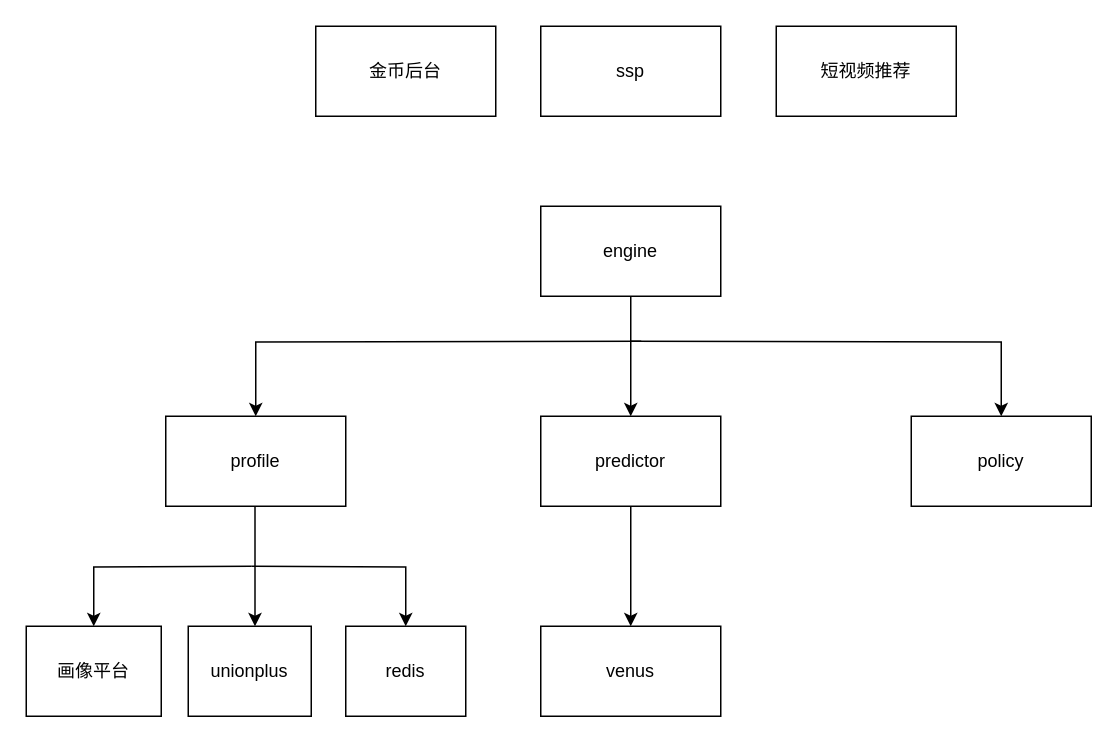
Above: engineering/算法工程架构.drawio in gydong/graphs (draw.io), before the change. Source tidied: cells renumbered, new cells numbered last; positions are measured from the earlier drawing's top-left corner, leaving out a move shared by most shapes. Both pictures are drawn from the tidied source at 150%, with x=0, y=0 at pixel (26, 26).
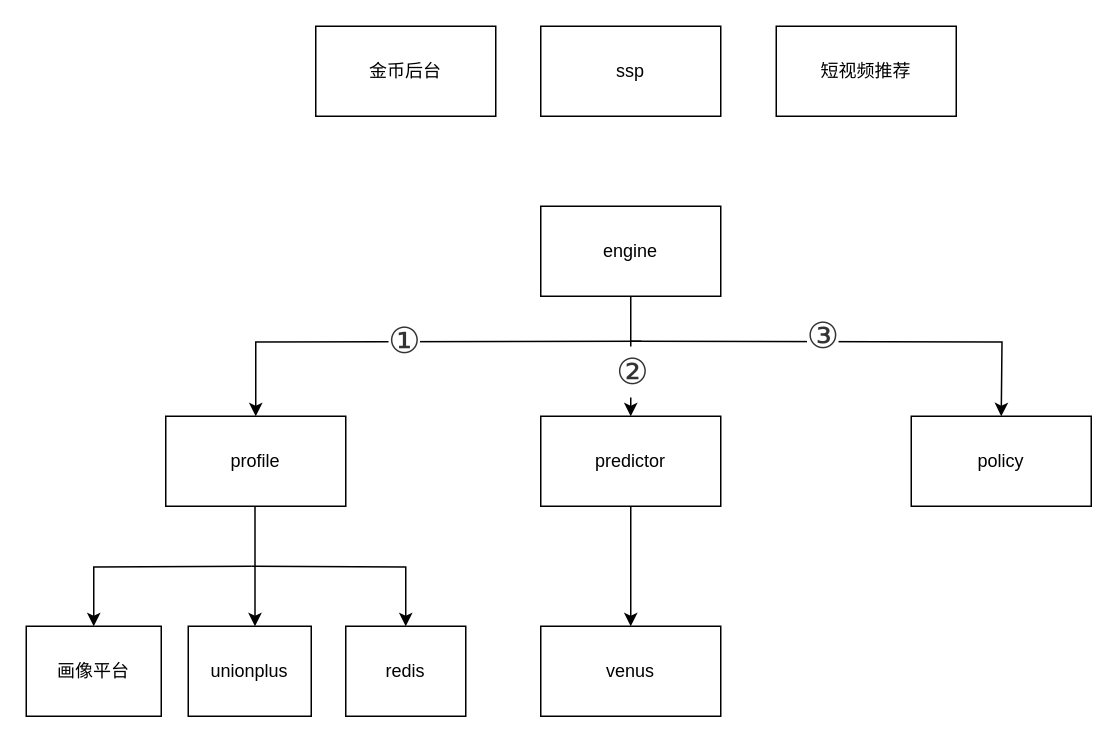
The same diagram, later.

Commit message:
更新算法工程架构.drawio

Unchanged cells that the change refers to:
```xml
<mxCell id="2" style="edgeStyle=orthogonalEdgeStyle;rounded=0;jettySize=auto;html=1;" parent="1" edge="1" target="9">
  <mxGeometry relative="1" as="geometry">
    <mxPoint x="410" y="210" as="sourcePoint" />
  </mxGeometry>
</mxCell>
<mxCell id="3" style="edgeStyle=orthogonalEdgeStyle;rounded=0;jettySize=auto;html=1;" parent="1" edge="1" source="5" target="11">
  <mxGeometry relative="1" as="geometry" />
</mxCell>
<mxCell id="12" value="policy" style="rounded=0;whiteSpace=wrap;html=1;" parent="1" vertex="1">
  <mxGeometry x="590" y="260" width="120" height="60" as="geometry" />
</mxCell>
```

Change to the diagram source:
```diff
@@
+    <mxCell id="20" value="&lt;h1 style=&quot;margin: 0px; padding: 0px; font-variant-numeric: normal; font-variant-east-asian: normal; font-stretch: normal; font-size: 16px; line-height: 26px; font-family: &amp;quot;PingFang SC&amp;quot;, &amp;quot;Lantinghei SC&amp;quot;, &amp;quot;Microsoft YaHei&amp;quot;, arial, 宋体, sans-serif, tahoma; word-break: break-all; position: relative; color: rgb(51, 51, 51); text-align: start;&quot;&gt;&lt;span style=&quot;display: inline; font-size: 24px; line-height: 34px; font-weight: 400; overflow: hidden; vertical-align: middle;&quot; class=&quot;ask-title&quot;&gt;①&lt;/span&gt;&lt;/h1&gt;" style="edgeLabel;html=1;align=center;verticalAlign=middle;" parent="2" vertex="1">
+      <mxGeometry x="0.04" relative="1" as="geometry">
+        <mxPoint y="-2" as="offset" />
+      </mxGeometry>
+    </mxCell>
@@
+    <mxCell id="21" value="&lt;h1 style=&quot;margin: 0px; padding: 0px; font-variant-numeric: normal; font-variant-east-asian: normal; font-stretch: normal; font-size: 16px; line-height: 26px; font-family: &amp;quot;PingFang SC&amp;quot;, &amp;quot;Lantinghei SC&amp;quot;, &amp;quot;Microsoft YaHei&amp;quot;, arial, 宋体, sans-serif, tahoma; word-break: break-all; position: relative; color: rgb(51, 51, 51); text-align: start;&quot;&gt;&lt;span style=&quot;display: inline; font-size: 24px; line-height: 34px; font-weight: 400; overflow: hidden; vertical-align: middle;&quot; class=&quot;ask-title&quot;&gt;②&lt;/span&gt;&lt;/h1&gt;" style="edgeLabel;html=1;align=center;verticalAlign=middle;" parent="3" vertex="1">
+      <mxGeometry x="0.24" relative="1" as="geometry">
+        <mxPoint y="-1" as="offset" />
+      </mxGeometry>
+    </mxCell>
-    <mxCell id="4" style="edgeStyle=orthogonalEdgeStyle;rounded=0;jettySize=auto;html=1;" parent="1" edge="1" target="12">
+    <mxCell id="4" style="edgeStyle=orthogonalEdgeStyle;rounded=0;orthogonalLoop=1;jettySize=auto;html=1;" parent="1" edge="1">
       <mxGeometry relative="1" as="geometry">
         <mxPoint x="403" y="210" as="sourcePoint" />
+        <mxPoint x="650" y="260" as="targetPoint" />
       </mxGeometry>
     </mxCell>
+    <mxCell id="22" value="&lt;h1 style=&quot;margin: 0px; padding: 0px; font-variant-numeric: normal; font-variant-east-asian: normal; font-stretch: normal; font-size: 16px; line-height: 26px; font-family: &amp;quot;PingFang SC&amp;quot;, &amp;quot;Lantinghei SC&amp;quot;, &amp;quot;Microsoft YaHei&amp;quot;, arial, 宋体, sans-serif, tahoma; word-break: break-all; position: relative; color: rgb(51, 51, 51); text-align: start;&quot;&gt;&lt;span style=&quot;display: inline; font-size: 24px; line-height: 34px; font-weight: 400; overflow: hidden; vertical-align: middle;&quot; class=&quot;ask-title&quot;&gt;③&lt;/span&gt;&lt;/h1&gt;" style="edgeLabel;html=1;align=center;verticalAlign=middle;" parent="4" vertex="1">
+      <mxGeometry x="0.78" relative="1" as="geometry">
+        <mxPoint x="-120" y="-21" as="offset" />
+      </mxGeometry>
+    </mxCell>
```
